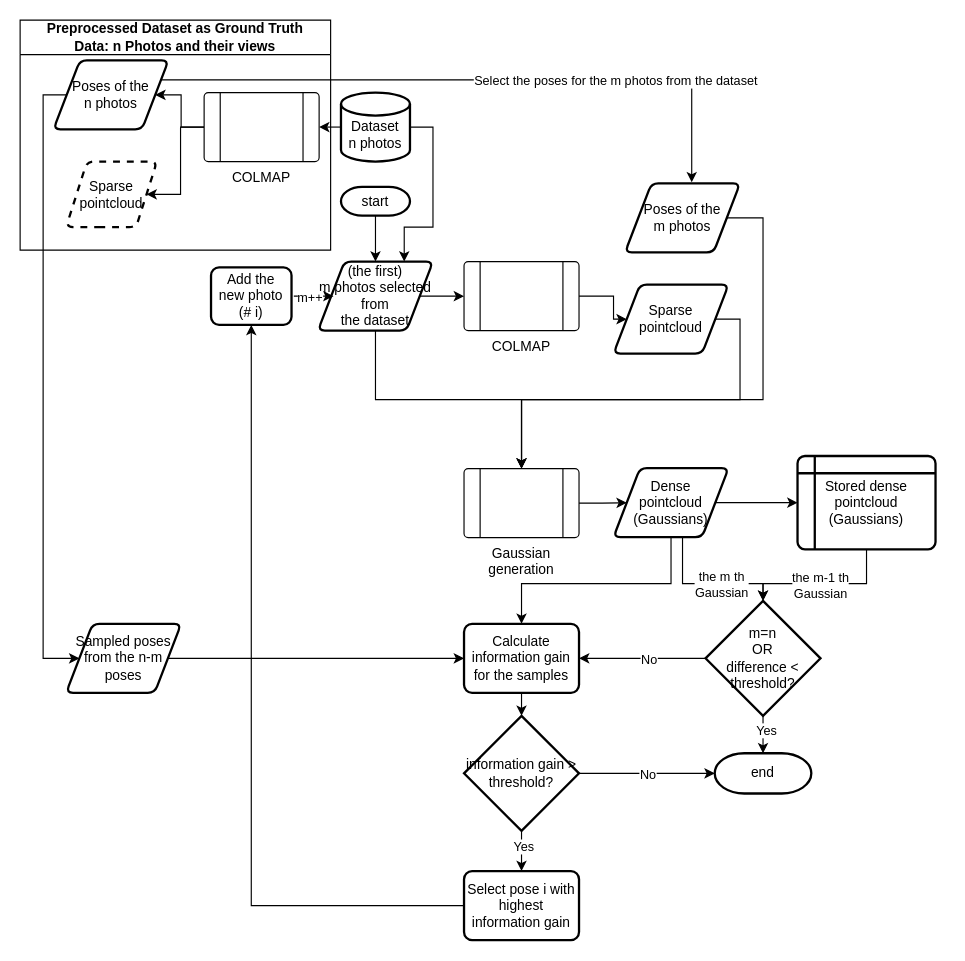
This is page "Dataset_approach" (1 of 2) of GS_flow.drawio from lemonci/Pattern_making, a draw.io file, before an edit. Source tidied: cells renumbered, new cells numbered last; positions are measured from the earlier drawing's top-left corner, leaving out a move shared by most shapes. Both pictures are drawn from the tidied source at 115%, with x=0, y=0 at pixel (20, 20).
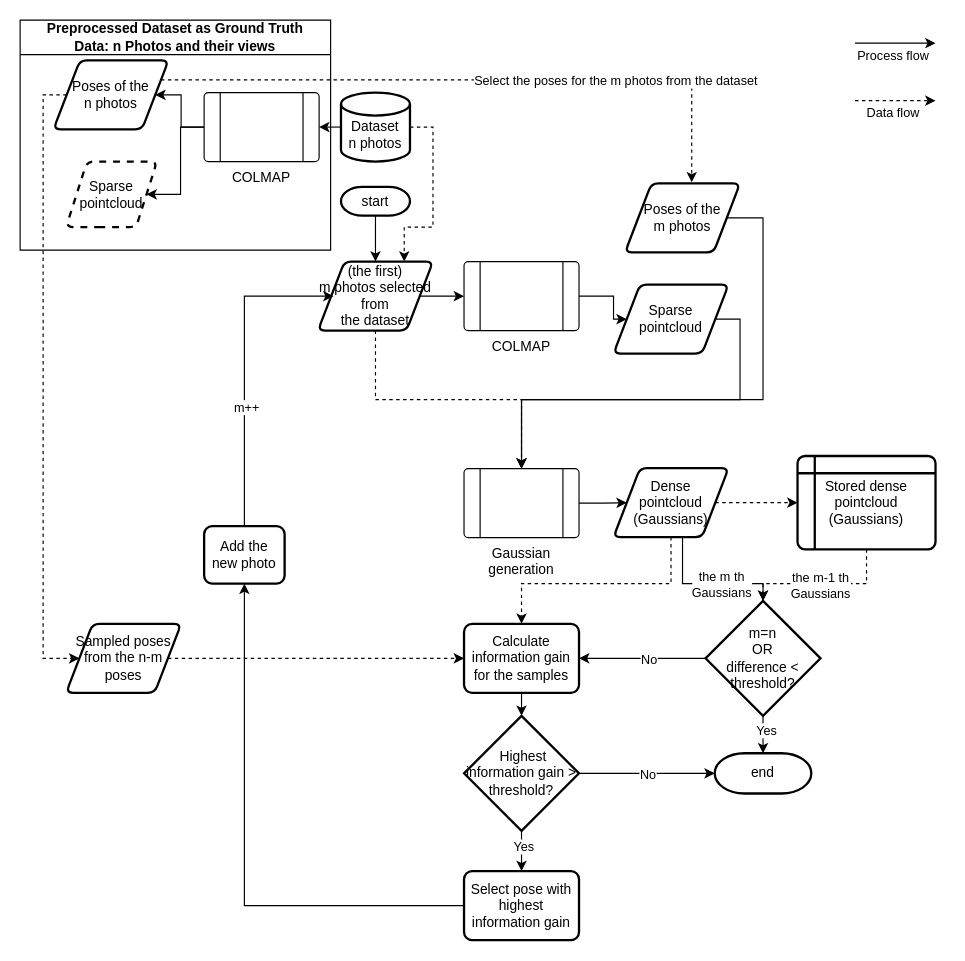
After the change.

The change refers to these unchanged cells:
```xml
<mxCell id="3" value="&lt;br&gt;Dataset &lt;br&gt;n photos" style="strokeWidth=2;html=1;shape=mxgraph.flowchart.database;whiteSpace=wrap;" parent="1" vertex="1">
  <mxGeometry x="279" y="63" width="60" height="60" as="geometry" />
</mxCell>
<mxCell id="6" value="(the first)&lt;br&gt;m photos selected from&lt;br&gt;the dataset" style="shape=parallelogram;html=1;strokeWidth=2;perimeter=parallelogramPerimeter;whiteSpace=wrap;rounded=1;arcSize=12;size=0.23;" parent="1" vertex="1">
  <mxGeometry x="259" y="210" width="100" height="60" as="geometry" />
</mxCell>
<mxCell id="10" value="Poses of the&lt;br&gt;m photos" style="shape=parallelogram;html=1;strokeWidth=2;perimeter=parallelogramPerimeter;whiteSpace=wrap;rounded=1;arcSize=12;size=0.23;" parent="1" vertex="1">
  <mxGeometry x="526" y="142" width="100" height="60" as="geometry" />
</mxCell>
<mxCell id="14" value="Gaussian generation" style="verticalLabelPosition=bottom;verticalAlign=top;html=1;shape=process;whiteSpace=wrap;rounded=1;size=0.14;arcSize=6;" parent="1" vertex="1">
  <mxGeometry x="386" y="390" width="100" height="60" as="geometry" />
</mxCell>
<mxCell id="16" value="Dense&lt;br&gt;pointcloud&lt;br&gt;(Gaussians)" style="shape=parallelogram;html=1;strokeWidth=2;perimeter=parallelogramPerimeter;whiteSpace=wrap;rounded=1;arcSize=12;size=0.23;" parent="1" vertex="1">
  <mxGeometry x="516" y="389.6" width="100" height="60" as="geometry" />
</mxCell>
<mxCell id="19" value="Stored dense pointcloud&lt;br&gt;(Gaussians)" style="shape=internalStorage;whiteSpace=wrap;html=1;dx=15;dy=15;rounded=1;arcSize=8;strokeWidth=2;" parent="1" vertex="1">
  <mxGeometry x="676" y="379" width="120" height="81.2" as="geometry" />
</mxCell>
<mxCell id="22" value="&lt;div&gt;m=n&lt;br&gt;OR&lt;br&gt;difference &amp;lt; threshold?&lt;/div&gt;" style="strokeWidth=2;html=1;shape=mxgraph.flowchart.decision;whiteSpace=wrap;" parent="1" vertex="1">
  <mxGeometry x="596" y="505" width="100" height="100" as="geometry" />
</mxCell>
<mxCell id="23" style="edgeStyle=orthogonalEdgeStyle;rounded=0;jettySize=auto;html=1;exitX=0.5;exitY=1;exitDx=0;exitDy=0;entryX=0.5;entryY=0;entryDx=0;entryDy=0;entryPerimeter=0;" parent="1" edge="1" source="16" target="22">
  <mxGeometry relative="1" as="geometry">
    <Array as="points">
      <mxPoint x="576" y="490" />
      <mxPoint x="646" y="490" />
    </Array>
  </mxGeometry>
</mxCell>
<mxCell id="32" value="Poses of the&lt;br&gt;n photos" style="shape=parallelogram;html=1;strokeWidth=2;perimeter=parallelogramPerimeter;whiteSpace=wrap;rounded=1;arcSize=12;size=0.23;" parent="1" vertex="1">
  <mxGeometry x="29" y="35" width="100" height="60" as="geometry" />
</mxCell>
<mxCell id="37" value="Sampled poses from the n-m poses" style="shape=parallelogram;html=1;strokeWidth=2;perimeter=parallelogramPerimeter;whiteSpace=wrap;rounded=1;arcSize=12;size=0.23;" parent="1" vertex="1">
  <mxGeometry x="40" y="525" width="100" height="60" as="geometry" />
</mxCell>
<mxCell id="40" value="Calculate information gain for the samples" style="rounded=1;whiteSpace=wrap;html=1;absoluteArcSize=1;arcSize=14;strokeWidth=2;" parent="1" vertex="1">
  <mxGeometry x="386" y="525" width="100" height="60" as="geometry" />
</mxCell>
```

Diff of the diagram source:
```diff
@@
-    <mxCell id="5" style="edgeStyle=orthogonalEdgeStyle;rounded=0;jettySize=auto;html=1;exitX=0.5;exitY=1;exitDx=0;exitDy=0;" parent="1" edge="1" source="6" target="14">
+    <mxCell id="5" style="edgeStyle=orthogonalEdgeStyle;rounded=0;jettySize=auto;html=1;exitX=0.5;exitY=1;exitDx=0;exitDy=0;dashed=1;" parent="1" edge="1" source="6" target="14">
       <mxGeometry relative="1" as="geometry" />
     </mxCell>
@@
-    <mxCell id="15" style="edgeStyle=orthogonalEdgeStyle;rounded=0;jettySize=auto;html=1;exitX=1;exitY=0.5;exitDx=0;exitDy=0;entryX=0;entryY=0.5;entryDx=0;entryDy=0;" parent="1" edge="1" source="16" target="19">
+    <mxCell id="15" style="edgeStyle=orthogonalEdgeStyle;rounded=0;jettySize=auto;html=1;exitX=1;exitY=0.5;exitDx=0;exitDy=0;entryX=0;entryY=0.5;entryDx=0;entryDy=0;dashed=1;" parent="1" edge="1" source="16" target="19">
       <mxGeometry relative="1" as="geometry" />
     </mxCell>
@@
-    <mxCell id="17" style="edgeStyle=orthogonalEdgeStyle;rounded=0;jettySize=auto;html=1;" parent="1" edge="1" source="19" target="22">
+    <mxCell id="17" style="edgeStyle=orthogonalEdgeStyle;rounded=0;jettySize=auto;html=1;dashed=1;" parent="1" edge="1" source="19" target="22">
       <mxGeometry relative="1" as="geometry">
         <Array as="points">
           <mxPoint x="736" y="490" />
           <mxPoint x="646" y="490" />
         </Array>
       </mxGeometry>
     </mxCell>
-    <mxCell id="18" value="the m-1 th&lt;br&gt;Gaussian" style="edgeLabel;html=1;align=center;verticalAlign=middle;" parent="17" vertex="1">
+    <mxCell id="18" value="the m-1 th&lt;br&gt;Gaussians" style="edgeLabel;html=1;align=center;verticalAlign=middle;" parent="17" vertex="1">
       <mxGeometry x="-0.18" y="1" relative="1" as="geometry">
         <mxPoint x="-15" as="offset" />
       </mxGeometry>
     </mxCell>
@@
-    <mxCell id="24" value="&lt;div&gt;the m th&lt;br&gt;&lt;/div&gt;&lt;div&gt;Gaussian&lt;br&gt;&lt;/div&gt;" style="edgeLabel;html=1;align=center;verticalAlign=middle;" parent="23" vertex="1">
+    <mxCell id="24" value="&lt;div&gt;the m th&lt;br&gt;&lt;/div&gt;&lt;div&gt;Gaussians&lt;br&gt;&lt;/div&gt;" style="edgeLabel;html=1;align=center;verticalAlign=middle;" parent="23" vertex="1">
       <mxGeometry x="0.08" y="1" relative="1" as="geometry">
         <mxPoint x="11" y="1" as="offset" />
       </mxGeometry>
     </mxCell>
@@
-    <mxCell id="31" style="edgeStyle=orthogonalEdgeStyle;rounded=0;jettySize=auto;html=1;exitX=0;exitY=0.5;exitDx=0;exitDy=0;entryX=0;entryY=0.5;entryDx=0;entryDy=0;" parent="1" edge="1" source="32" target="37">
+    <mxCell id="31" style="edgeStyle=orthogonalEdgeStyle;rounded=0;jettySize=auto;html=1;exitX=0;exitY=0.5;exitDx=0;exitDy=0;entryX=0;entryY=0.5;entryDx=0;entryDy=0;dashed=1;" parent="1" edge="1" source="32" target="37">
       <mxGeometry relative="1" as="geometry">
         <Array as="points">
           <mxPoint x="20" y="65" />
           <mxPoint x="20" y="555" />
         </Array>
       </mxGeometry>
     </mxCell>
@@
-    <mxCell id="34" style="edgeStyle=orthogonalEdgeStyle;rounded=0;jettySize=auto;html=1;exitX=1;exitY=0.25;exitDx=0;exitDy=0;entryX=0.58;entryY=-0.017;entryDx=0;entryDy=0;entryPerimeter=0;" parent="1" edge="1" source="32" target="10">
+    <mxCell id="34" style="edgeStyle=orthogonalEdgeStyle;rounded=0;jettySize=auto;html=1;exitX=1;exitY=0.25;exitDx=0;exitDy=0;entryX=0.58;entryY=-0.017;entryDx=0;entryDy=0;entryPerimeter=0;dashed=1;" parent="1" edge="1" source="32" target="10">
       <mxGeometry relative="1" as="geometry" />
     </mxCell>
@@
-    <mxCell id="36" style="edgeStyle=orthogonalEdgeStyle;rounded=0;jettySize=auto;html=1;exitX=1;exitY=0.5;exitDx=0;exitDy=0;entryX=0;entryY=0.5;entryDx=0;entryDy=0;" parent="1" edge="1" source="37" target="40">
+    <mxCell id="36" style="edgeStyle=orthogonalEdgeStyle;rounded=0;jettySize=auto;html=1;exitX=1;exitY=0.5;exitDx=0;exitDy=0;entryX=0;entryY=0.5;entryDx=0;entryDy=0;dashed=1;" parent="1" edge="1" source="37" target="40">
       <mxGeometry relative="1" as="geometry" />
     </mxCell>
@@
-    <mxCell id="41" style="edgeStyle=orthogonalEdgeStyle;rounded=0;jettySize=auto;html=1;exitX=0.5;exitY=1;exitDx=0;exitDy=0;entryX=0.5;entryY=0;entryDx=0;entryDy=0;" parent="1" edge="1" source="16" target="40">
+    <mxCell id="41" style="edgeStyle=orthogonalEdgeStyle;rounded=0;jettySize=auto;html=1;exitX=0.5;exitY=1;exitDx=0;exitDy=0;entryX=0.5;entryY=0;entryDx=0;entryDy=0;dashed=1;" parent="1" edge="1" source="16" target="40">
       <mxGeometry relative="1" as="geometry">
         <Array as="points">
           <mxPoint x="566" y="490" />
           <mxPoint x="436" y="490" />
         </Array>
       </mxGeometry>
     </mxCell>
@@
-    <mxCell id="43" value="Select pose i with highest information gain" style="rounded=1;whiteSpace=wrap;html=1;absoluteArcSize=1;arcSize=14;strokeWidth=2;" parent="1" vertex="1">
+    <mxCell id="43" value="Select pose with highest information gain" style="rounded=1;whiteSpace=wrap;html=1;absoluteArcSize=1;arcSize=14;strokeWidth=2;" parent="1" vertex="1">
       <mxGeometry x="386" y="740" width="100" height="60" as="geometry" />
     </mxCell>
-    <mxCell id="44" style="edgeStyle=orthogonalEdgeStyle;rounded=0;orthogonalLoop=1;jettySize=auto;html=1;exitX=1;exitY=0.5;exitDx=0;exitDy=0;entryX=0;entryY=0.5;entryDx=0;entryDy=0;" parent="1" edge="1">
+    <mxCell id="44" style="edgeStyle=orthogonalEdgeStyle;rounded=0;jettySize=auto;html=1;exitX=0.5;exitY=0;exitDx=0;exitDy=0;entryX=0;entryY=0.5;entryDx=0;entryDy=0;" parent="1" edge="1" source="46">
       <mxGeometry relative="1" as="geometry">
-        <mxPoint x="238" y="240" as="sourcePoint" />
         <mxPoint x="272.5" y="240" as="targetPoint" />
+        <Array as="points">
+          <mxPoint x="195" y="240" />
+        </Array>
       </mxGeometry>
     </mxCell>
@@
-    <mxCell id="46" value="Add the&lt;br&gt;new photo&lt;br&gt;(# i)" style="rounded=1;whiteSpace=wrap;html=1;absoluteArcSize=1;arcSize=14;strokeWidth=2;" parent="1" vertex="1">
-      <mxGeometry x="166" y="215" width="70" height="50" as="geometry" />
+    <mxCell id="46" value="Add the&lt;br&gt;new photo" style="rounded=1;whiteSpace=wrap;html=1;absoluteArcSize=1;arcSize=14;strokeWidth=2;" parent="1" vertex="1">
+      <mxGeometry x="160" y="440" width="70" height="50" as="geometry" />
     </mxCell>
@@
-    <mxCell id="48" value="information gain &amp;gt; threshold?" style="strokeWidth=2;html=1;shape=mxgraph.flowchart.decision;whiteSpace=wrap;" parent="1" vertex="1">
+    <mxCell id="48" value="&amp;nbsp;Highest&lt;br&gt;information gain &amp;gt; threshold?" style="strokeWidth=2;html=1;shape=mxgraph.flowchart.decision;whiteSpace=wrap;" parent="1" vertex="1">
       <mxGeometry x="386" y="605" width="100" height="100" as="geometry" />
     </mxCell>
@@
-    <mxCell id="54" style="edgeStyle=orthogonalEdgeStyle;rounded=0;jettySize=auto;html=1;exitX=1;exitY=0.5;exitDx=0;exitDy=0;exitPerimeter=0;entryX=0.75;entryY=0;entryDx=0;entryDy=0;" parent="1" edge="1" source="3" target="6">
+    <mxCell id="54" style="edgeStyle=orthogonalEdgeStyle;rounded=0;jettySize=auto;html=1;exitX=1;exitY=0.5;exitDx=0;exitDy=0;exitPerimeter=0;entryX=0.75;entryY=0;entryDx=0;entryDy=0;dashed=1;" parent="1" edge="1" source="3" target="6">
       <mxGeometry relative="1" as="geometry">
         <Array as="points">
           <mxPoint x="359" y="93" />
           <mxPoint x="359" y="180" />
           <mxPoint x="334" y="180" />
         </Array>
       </mxGeometry>
     </mxCell>
+    <mxCell id="55" style="endArrow=classic;html=1;rounded=0;" parent="1" edge="1">
+      <mxGeometry relative="1" as="geometry">
+        <mxPoint x="726" y="20" as="sourcePoint" />
+        <mxPoint x="796" y="20" as="targetPoint" />
+      </mxGeometry>
+    </mxCell>
+    <mxCell id="56" value="Process flow" style="edgeLabel;html=1;align=center;verticalAlign=middle;" parent="55" vertex="1">
+      <mxGeometry x="-0.09" relative="1" as="geometry">
+        <mxPoint y="10" as="offset" />
+      </mxGeometry>
+    </mxCell>
+    <mxCell id="57" style="endArrow=classic;html=1;rounded=0;dashed=1;" parent="1" edge="1">
+      <mxGeometry relative="1" as="geometry">
+        <mxPoint x="726" y="70" as="sourcePoint" />
+        <mxPoint x="796" y="70" as="targetPoint" />
+      </mxGeometry>
+    </mxCell>
+    <mxCell id="58" value="Data flow" style="edgeLabel;html=1;align=center;verticalAlign=middle;" parent="57" vertex="1">
+      <mxGeometry x="-0.09" relative="1" as="geometry">
+        <mxPoint y="10" as="offset" />
+      </mxGeometry>
+    </mxCell>
```
